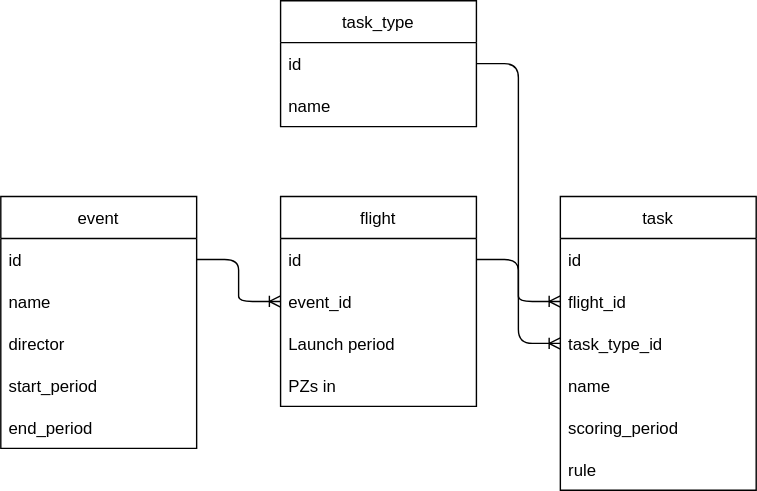
seita1996/flight_scoring keeps this draw.io diagram as back/er.drawio.svg. Above is the earlier version. Source tidied: cells renumbered, new cells last; positions are measured from the earlier drawing's top-left corner, leaving out a move shared by most shapes.
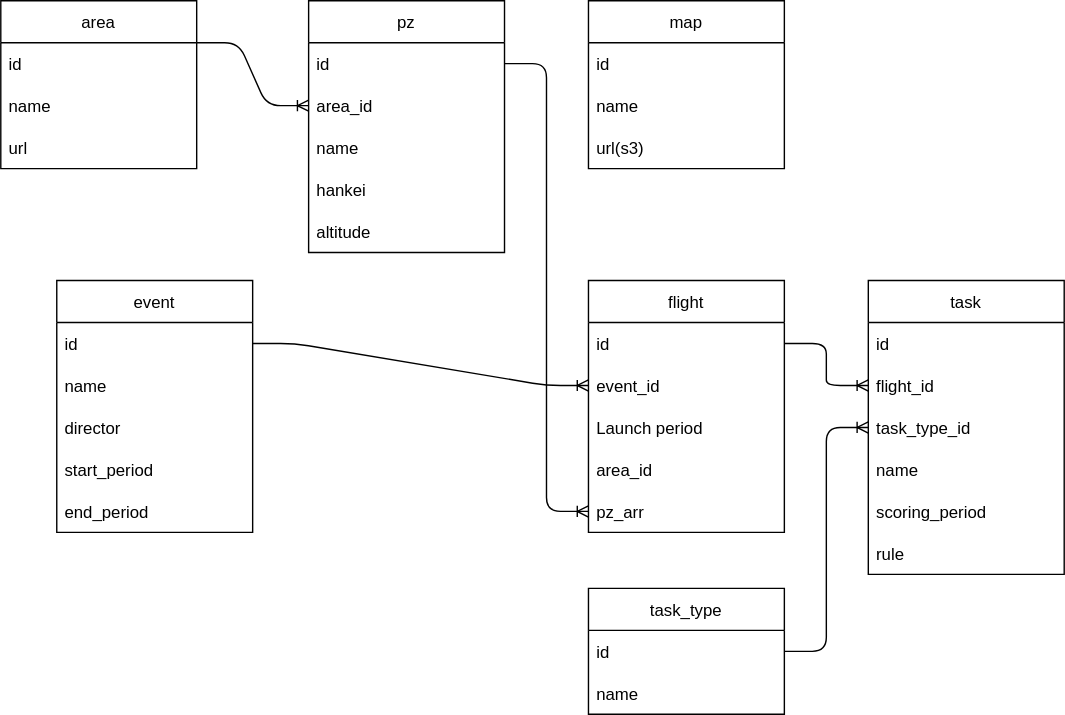
Later version of the same file.

What changed in the source:
```diff
@@ -3,7 +3,7 @@
     <mxCell id="0" />
     <mxCell id="1" parent="0" />
     <mxCell id="2" value="event" style="swimlane;fontStyle=0;horizontal=1;startSize=30;" parent="1" vertex="1">
-      <mxGeometry y="140" width="140" height="180" as="geometry" />
+      <mxGeometry x="-180" y="140" width="140" height="180" as="geometry" />
     </mxCell>
     <mxCell id="3" value="id" style="text;strokeColor=none;fillColor=none;align=left;verticalAlign=middle;spacingLeft=4;spacingRight=4;overflow=hidden;points=[[0,0.5],[1,0.5]];portConstraint=eastwest;" parent="2" vertex="1">
       <mxGeometry y="30" width="140" height="30" as="geometry" />
@@ -21,7 +21,7 @@
       <mxGeometry y="150" width="140" height="30" as="geometry" />
     </mxCell>
     <mxCell id="8" value="flight" style="swimlane;fontStyle=0;horizontal=1;startSize=30;" parent="1" vertex="1">
-      <mxGeometry x="200" y="140" width="140" height="150" as="geometry" />
+      <mxGeometry x="200" y="140" width="140" height="180" as="geometry" />
     </mxCell>
     <mxCell id="9" value="id" style="text;strokeColor=none;fillColor=none;align=left;verticalAlign=middle;spacingLeft=4;spacingRight=4;overflow=hidden;points=[[0,0.5],[1,0.5]];portConstraint=eastwest;" parent="8" vertex="1">
       <mxGeometry y="30" width="140" height="30" as="geometry" />
@@ -32,9 +32,12 @@
     <mxCell id="11" value="Launch period" style="text;strokeColor=none;fillColor=none;align=left;verticalAlign=middle;spacingLeft=4;spacingRight=4;overflow=hidden;" parent="8" vertex="1">
       <mxGeometry y="90" width="140" height="30" as="geometry" />
     </mxCell>
-    <mxCell id="12" value="PZs in" style="text;strokeColor=none;fillColor=none;align=left;verticalAlign=middle;spacingLeft=4;spacingRight=4;overflow=hidden;" parent="8" vertex="1">
+    <mxCell id="12" value="area_id" style="text;strokeColor=none;fillColor=none;align=left;verticalAlign=middle;spacingLeft=4;spacingRight=4;overflow=hidden;" parent="8" vertex="1">
       <mxGeometry y="120" width="140" height="30" as="geometry" />
     </mxCell>
+    <mxCell id="26" value="pz_arr" style="text;strokeColor=none;fillColor=none;align=left;verticalAlign=middle;spacingLeft=4;spacingRight=4;overflow=hidden;points=[[0,0.5],[1,0.5]];portConstraint=eastwest;" parent="8" vertex="1">
+      <mxGeometry y="150" width="140" height="30" as="geometry" />
+    </mxCell>
     <mxCell id="13" style="edgeStyle=entityRelationEdgeStyle;fontSize=12;html=1;endArrow=ERoneToMany;exitX=1;exitY=0.5;exitDx=0;exitDy=0;entryX=0;entryY=0.5;entryDx=0;entryDy=0;" parent="1" edge="1" source="3" target="10">
       <mxGeometry relative="1" as="geometry" />
     </mxCell>
@@ -63,7 +66,7 @@
       <mxGeometry relative="1" as="geometry" />
     </mxCell>
     <mxCell id="22" value="task_type" style="swimlane;fontStyle=0;horizontal=1;startSize=30;" parent="1" vertex="1">
-      <mxGeometry x="200" width="140" height="90" as="geometry" />
+      <mxGeometry x="200" y="360" width="140" height="90" as="geometry" />
     </mxCell>
     <mxCell id="23" value="id" style="text;strokeColor=none;fillColor=none;align=left;verticalAlign=middle;spacingLeft=4;spacingRight=4;overflow=hidden;points=[[0,0.5],[1,0.5]];portConstraint=eastwest;" parent="22" vertex="1">
       <mxGeometry y="30" width="140" height="30" as="geometry" />
@@ -76,5 +79,53 @@
         <mxPoint x="400" y="245" as="targetPoint" />
       </mxGeometry>
     </mxCell>
+    <mxCell id="27" value="pz" style="swimlane;fontStyle=0;horizontal=1;startSize=30;verticalAlign=middle;" parent="1" vertex="1">
+      <mxGeometry y="-60" width="140" height="180" as="geometry" />
+    </mxCell>
+    <mxCell id="28" value="id" style="text;strokeColor=none;fillColor=none;align=left;verticalAlign=middle;spacingLeft=4;spacingRight=4;overflow=hidden;points=[[0,0.5],[1,0.5]];portConstraint=eastwest;" parent="27" vertex="1">
+      <mxGeometry y="30" width="140" height="30" as="geometry" />
+    </mxCell>
+    <mxCell id="29" value="area_id" style="text;strokeColor=none;fillColor=none;align=left;verticalAlign=middle;spacingLeft=4;spacingRight=4;overflow=hidden;points=[[0,0.5],[1,0.5]];portConstraint=eastwest;" parent="27" vertex="1">
+      <mxGeometry y="60" width="140" height="30" as="geometry" />
+    </mxCell>
+    <mxCell id="30" value="name" style="text;strokeColor=none;fillColor=none;align=left;verticalAlign=middle;spacingLeft=4;spacingRight=4;overflow=hidden;" parent="27" vertex="1">
+      <mxGeometry y="90" width="140" height="30" as="geometry" />
+    </mxCell>
+    <mxCell id="31" value="hankei" style="text;strokeColor=none;fillColor=none;align=left;verticalAlign=middle;spacingLeft=4;spacingRight=4;overflow=hidden;" parent="27" vertex="1">
+      <mxGeometry y="120" width="140" height="30" as="geometry" />
+    </mxCell>
+    <mxCell id="32" value="altitude" style="text;strokeColor=none;fillColor=none;align=left;verticalAlign=middle;spacingLeft=4;spacingRight=4;overflow=hidden;" parent="27" vertex="1">
+      <mxGeometry y="150" width="140" height="30" as="geometry" />
+    </mxCell>
+    <mxCell id="33" style="edgeStyle=entityRelationEdgeStyle;fontSize=12;html=1;endArrow=ERoneToMany;exitX=1;exitY=0.25;exitDx=0;exitDy=0;startArrow=none;entryX=0;entryY=0.5;entryDx=0;entryDy=0;" parent="1" edge="1" source="34" target="29">
+      <mxGeometry relative="1" as="geometry" />
+    </mxCell>
+    <mxCell id="34" value="area" style="swimlane;fontStyle=0;horizontal=1;startSize=30;" parent="1" vertex="1">
+      <mxGeometry x="-220" y="-60" width="140" height="120" as="geometry" />
+    </mxCell>
+    <mxCell id="35" value="id" style="text;strokeColor=none;fillColor=none;align=left;verticalAlign=middle;spacingLeft=4;spacingRight=4;overflow=hidden;" parent="34" vertex="1">
+      <mxGeometry y="30" width="140" height="30" as="geometry" />
+    </mxCell>
+    <mxCell id="36" value="name" style="text;strokeColor=none;fillColor=none;align=left;verticalAlign=middle;spacingLeft=4;spacingRight=4;overflow=hidden;" parent="34" vertex="1">
+      <mxGeometry y="60" width="140" height="30" as="geometry" />
+    </mxCell>
+    <mxCell id="37" value="url" style="text;strokeColor=none;fillColor=none;align=left;verticalAlign=middle;spacingLeft=4;spacingRight=4;overflow=hidden;" parent="34" vertex="1">
+      <mxGeometry y="90" width="140" height="30" as="geometry" />
+    </mxCell>
+    <mxCell id="38" value="map" style="swimlane;fontStyle=0;horizontal=1;startSize=30;" parent="1" vertex="1">
+      <mxGeometry x="200" y="-60" width="140" height="120" as="geometry" />
+    </mxCell>
+    <mxCell id="39" value="id" style="text;strokeColor=none;fillColor=none;align=left;verticalAlign=middle;spacingLeft=4;spacingRight=4;overflow=hidden;" parent="38" vertex="1">
+      <mxGeometry y="30" width="140" height="30" as="geometry" />
+    </mxCell>
+    <mxCell id="40" value="name" style="text;strokeColor=none;fillColor=none;align=left;verticalAlign=middle;spacingLeft=4;spacingRight=4;overflow=hidden;" parent="38" vertex="1">
+      <mxGeometry y="60" width="140" height="30" as="geometry" />
+    </mxCell>
+    <mxCell id="41" value="url(s3)" style="text;strokeColor=none;fillColor=none;align=left;verticalAlign=middle;spacingLeft=4;spacingRight=4;overflow=hidden;" parent="38" vertex="1">
+      <mxGeometry y="90" width="140" height="30" as="geometry" />
+    </mxCell>
+    <mxCell id="42" style="edgeStyle=entityRelationEdgeStyle;fontSize=12;html=1;endArrow=ERoneToMany;exitX=1;exitY=0.5;exitDx=0;exitDy=0;startArrow=none;entryX=0;entryY=0.5;entryDx=0;entryDy=0;" parent="1" edge="1" source="28" target="26">
+      <mxGeometry relative="1" as="geometry" />
+    </mxCell>
   </root>
 </mxGraphModel>
```
